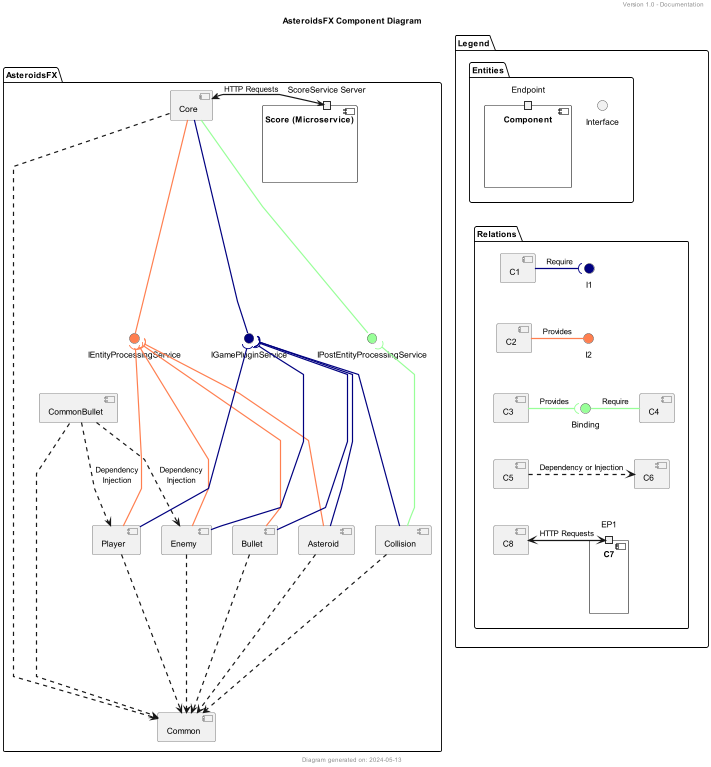
This is Diagrams/Component Diagrams/AsteroidsFX Component Diagram-AsteroidsFX_Component_Diagram.png from XBetaHunterX/AsteroidsFX, a PlantUML export, as it was before one commit. Source of this version:
```plantuml
@startuml
title AsteroidsFX Component Diagram
header Version 1.0 - Documentation
footer Diagram generated on: 2024-05-13

skinparam linetype polyline
skinparam arrowthickness 2

package "AsteroidsFX" {
    [Core]

    [Asteroid]
    [Bullet]
    [Collision]
    [Enemy]
    [Player]

    component "Score (Microservice)" {
      portin "ScoreService Server"
    }

    [CommonBullet]
    [Common]

    interface IGamePluginService #000080
    interface IEntityProcessingService #FF7F50
    interface IPostEntityProcessingService #98FF98

    [Core] --down-- IGamePluginService #000080
    [Core] --down-- IEntityProcessingService #FF7F50
    [Core] --down-- IPostEntityProcessingService #98FF98
    [Core] ..down..> [Common]

    [Asteroid] --up--( IGamePluginService #000080
    [Asteroid] --up--( IEntityProcessingService #FF7F50
    [Asteroid] ..down..> [Common]

    [Bullet] --up--( IGamePluginService #000080
    [Bullet] --up--( IEntityProcessingService #FF7F50
    [Bullet] ..down..> [Common]

    [Enemy] --up--( IGamePluginService #000080
    [Enemy] --up--( IEntityProcessingService #FF7F50
    [Enemy] ..down..> [Common]
    [CommonBullet] ...> [Enemy] : "Dependency\nInjection"

    [Player] --up--( IGamePluginService #000080
    [Player] --up--( IEntityProcessingService #FF7F50
    [Player] ..down..> [Common]
    [CommonBullet] ...> [Player] : "Dependency\nInjection"

    [Collision] --up--( IGamePluginService #000080
    [Collision] --up--( IPostEntityProcessingService #98FF98
    [Collision] ..down..> [Common]

    [CommonBullet] ..down..> [Common]

    "ScoreService Server" <-left-> [Core] : HTTP Requests
}

package Legend {
    package Entities {
        component "Component" {
            portin Endpoint
        }
        () Interface
    }

    package Relations {
        [C1]
        () I1 #000080
        [C1] -right-( I1 #000080 : Require
        [C1] -[hidden]down- [C2]

        [C2]
        () I2 #FF7F50
        [C2] -right- I2 #FF7F50 : Provides
        [C2] -[hidden]down- [C3]

        [C3]
        () Binding #98FF98
        [C4]
        [C3] -right( Binding #98FF98 : Provides
        Binding -right- [C4]  #98FF98 : Require
        [C3] -[hidden]down- [C5]

        [C5]
        [C6]
        [C5] .right.> [C6] : Dependency or Injection
        [C5] -[hidden]down- [C8]

        component "C7" {
            portin EP1
        }
        [C8]
        EP1 <--[hidden]left--> [C8]
        EP1 <--left--> [C8] : HTTP Requests
    }

    Interface -[hidden]down-> Relations
    "Component" -[hidden]down-> Relations
}
@enduml
```
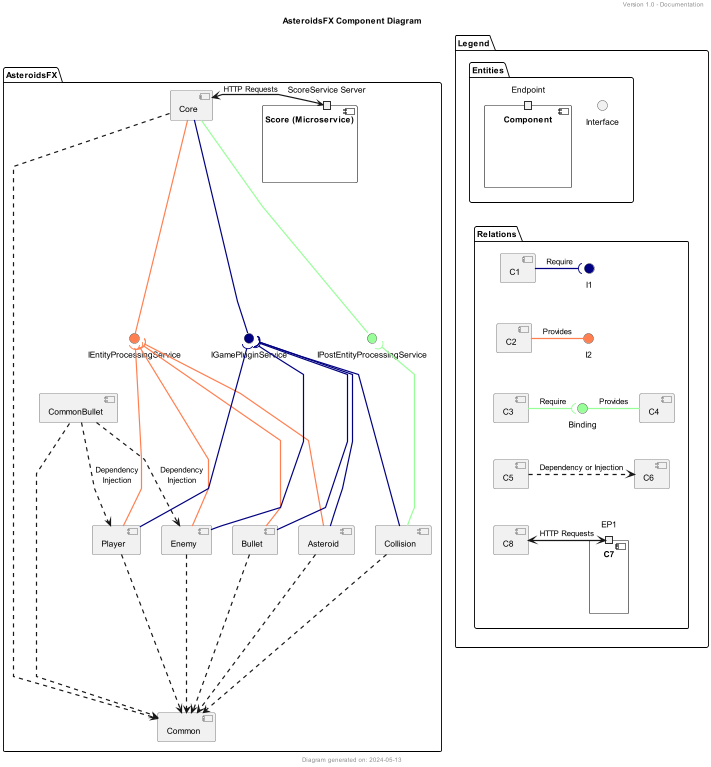
Above is the later version.

Diff of the diagram source:
```diff
@@ -80,8 +80,8 @@
         [C3]
         () Binding #98FF98
         [C4]
-        [C3] -right( Binding #98FF98 : Provides
-        Binding -right- [C4]  #98FF98 : Require
+        [C3] -right( Binding #98FF98 : Require
+        Binding -right- [C4]  #98FF98 : Provides
         [C3] -[hidden]down- [C5]
 
         [C5]
```
